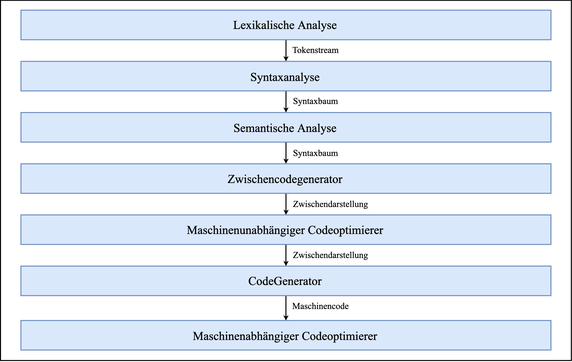
This is Images/Compiler/Phasen.png from JulianPasque/Masterthesis, a draw.io export, as it was before one commit. Source tidied: cells renumbered, new cells last; positions are measured from the earlier drawing's top-left corner, leaving out a move shared by most shapes.
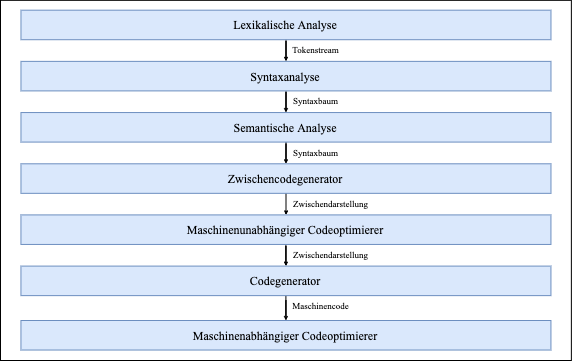
After the change.

What changed in the source:
```diff
@@ -50,7 +50,7 @@
     <mxCell id="17" style="edgeStyle=orthogonalEdgeStyle;rounded=0;jettySize=auto;html=1;entryX=0.5;entryY=0;entryDx=0;entryDy=0;fontSize=12;jumpSize=6;startSize=1;endSize=2;fontFamily=Times New Roman;" parent="1" edge="1" source="18" target="20">
       <mxGeometry relative="1" as="geometry" />
     </mxCell>
-    <mxCell id="18" value="CodeGenerator" style="rounded=0;whiteSpace=wrap;html=1;fontSize=12;fillColor=#dae8fc;strokeColor=#6c8ebf;fontFamily=Times New Roman;" parent="1" vertex="1">
+    <mxCell id="18" value="Codegenerator" style="rounded=0;whiteSpace=wrap;html=1;fontSize=12;fillColor=#dae8fc;strokeColor=#6c8ebf;fontFamily=Times New Roman;" parent="1" vertex="1">
       <mxGeometry x="20.4" y="265.6" width="530" height="29.5" as="geometry" />
     </mxCell>
     <mxCell id="19" value="Zwischendarstellung" style="text;html=1;align=center;verticalAlign=middle;fontSize=9;fontFamily=Times New Roman;" parent="1" vertex="1">
```
